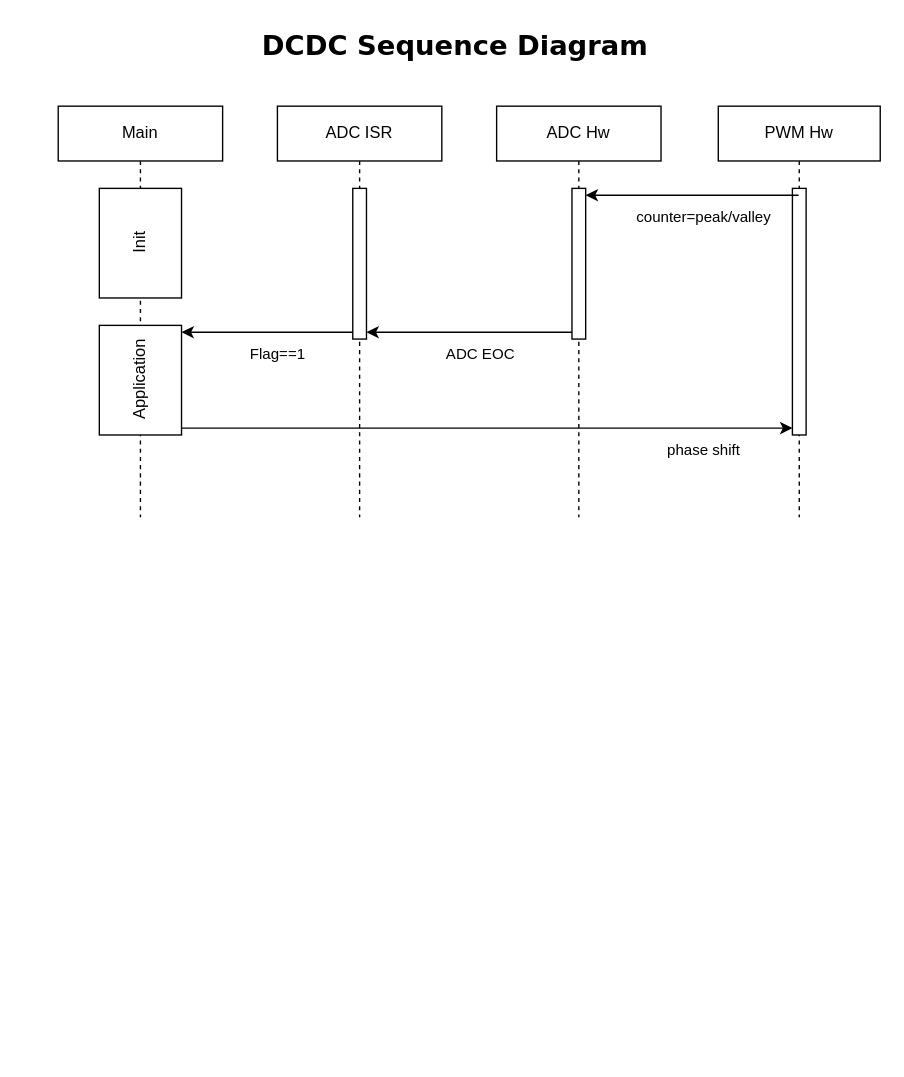
chdev2011/temp keeps this draw.io diagram as page "Sequence_Diagram" (2 of 3) of DCDCArchitectureSF.drawio. Above is the earlier version. Source tidied: cells renumbered, new cells numbered last; positions are measured from the earlier drawing's top-left corner, leaving out a move shared by most shapes. Both pictures are drawn from the tidied source at 137%, with x=0, y=0 at pixel (58, 23).
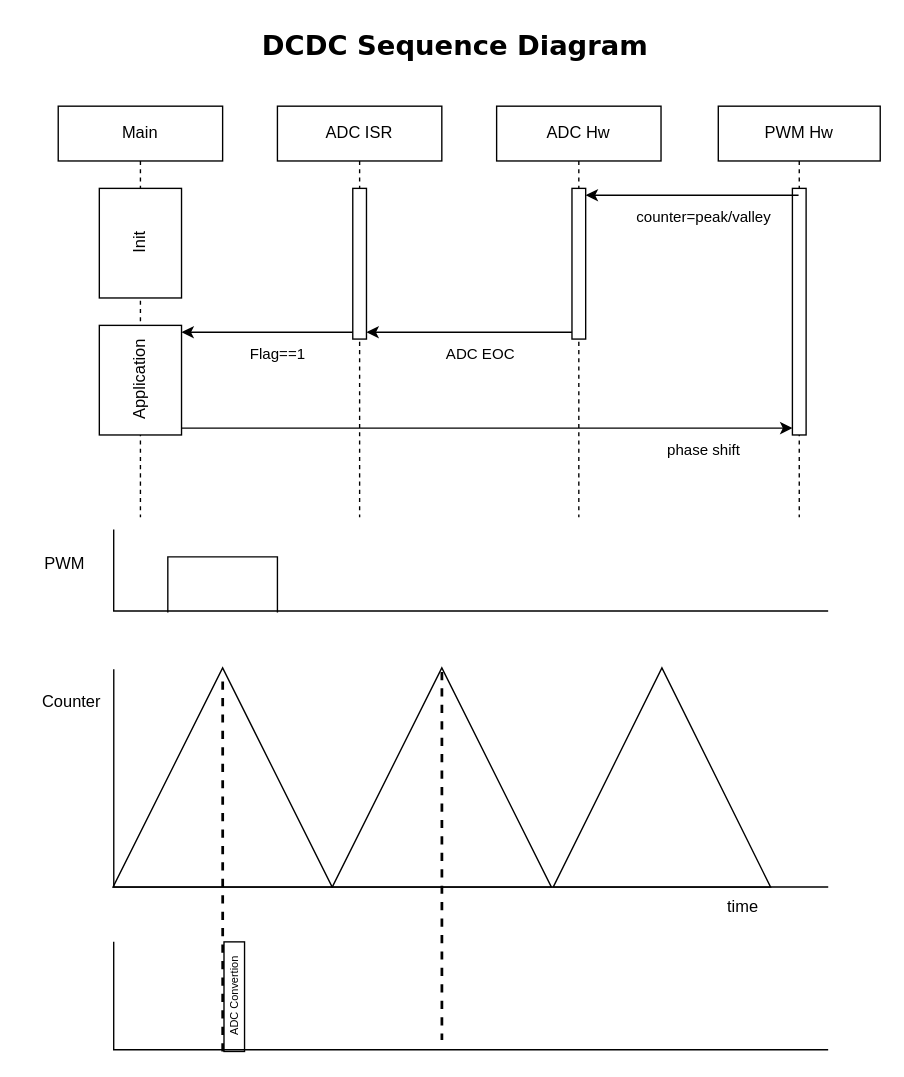
Above is the later version.

What changed in the source:
```diff
@@
+    <mxCell id="20" value="Counter" style="text;html=1;whiteSpace=wrap;strokeColor=none;fillColor=none;align=center;verticalAlign=middle;rounded=0;" parent="1" vertex="1">
+      <mxGeometry x="-20" y="480" width="60" height="30" as="geometry" />
+    </mxCell>
+    <mxCell id="21" value="time" style="text;html=1;whiteSpace=wrap;strokeColor=none;fillColor=none;align=center;verticalAlign=middle;rounded=0;" parent="1" vertex="1">
+      <mxGeometry x="470" y="630" width="60" height="30" as="geometry" />
+    </mxCell>
+    <mxCell id="22" style="line;strokeWidth=2;html=1;dashed=1;rotation=90;" parent="1" vertex="1">
+      <mxGeometry x="145.7" y="602.3" width="268.7" height="10" as="geometry" />
+    </mxCell>
+    <mxCell id="23" style="line;strokeWidth=2;html=1;dashed=1;rotation=90;" parent="1" vertex="1">
+      <mxGeometry x="-15.2" y="610.2" width="270.5" height="10" as="geometry" />
+    </mxCell>
+    <mxCell id="24" value="ADC Convertion" style="rounded=0;whiteSpace=wrap;html=1;horizontal=0;fontSize=8;" parent="1" vertex="1">
+      <mxGeometry x="121" y="670" width="15" height="80" as="geometry" />
+    </mxCell>
+    <mxCell id="25" style="shape=partialRectangle;whiteSpace=wrap;html=1;bottom=1;right=1;left=1;top=0;fillColor=none;routingCenterX=-0.5;rotation=-180;" parent="1" vertex="1">
+      <mxGeometry x="80" y="389" width="80" height="40" as="geometry" />
+    </mxCell>
+    <mxCell id="26" value="PWM" style="text;html=1;whiteSpace=wrap;strokeColor=none;fillColor=none;align=center;verticalAlign=middle;rounded=0;" parent="1" vertex="1">
+      <mxGeometry x="-25" y="379" width="60" height="30" as="geometry" />
+    </mxCell>
+    <mxCell id="27" style="shape=partialRectangle;whiteSpace=wrap;html=1;bottom=0;right=0;fillColor=none;rotation=-90;" parent="1" vertex="1">
+      <mxGeometry x="271.5" y="138.5" width="59" height="521" as="geometry" />
+    </mxCell>
+    <mxCell id="28" style="verticalLabelPosition=bottom;verticalAlign=top;html=1;shape=mxgraph.basic.acute_triangle;dx=0.5;fillStyle=auto;fillColor=none;" parent="1" vertex="1">
+      <mxGeometry x="40" y="470" width="160" height="160" as="geometry" />
+    </mxCell>
+    <mxCell id="29" style="verticalLabelPosition=bottom;verticalAlign=top;html=1;shape=mxgraph.basic.acute_triangle;dx=0.5;fillStyle=auto;fillColor=none;" parent="1" vertex="1">
+      <mxGeometry x="200" y="470" width="160" height="160" as="geometry" />
+    </mxCell>
+    <mxCell id="30" style="verticalLabelPosition=bottom;verticalAlign=top;html=1;shape=mxgraph.basic.acute_triangle;dx=0.5;fillStyle=auto;fillColor=none;" parent="1" vertex="1">
+      <mxGeometry x="361.3" y="470" width="158.7" height="160" as="geometry" />
+    </mxCell>
+    <mxCell id="31" style="shape=partialRectangle;whiteSpace=wrap;html=1;bottom=0;right=0;fillColor=none;rotation=-90;" parent="1" vertex="1">
+      <mxGeometry x="221.8" y="290.2" width="158.5" height="521" as="geometry" />
+    </mxCell>
+    <mxCell id="32" style="shape=partialRectangle;whiteSpace=wrap;html=1;bottom=0;right=0;fillColor=none;rotation=-90;" parent="1" vertex="1">
+      <mxGeometry x="261.9" y="449.1" width="78.2" height="521" as="geometry" />
+    </mxCell>
```
